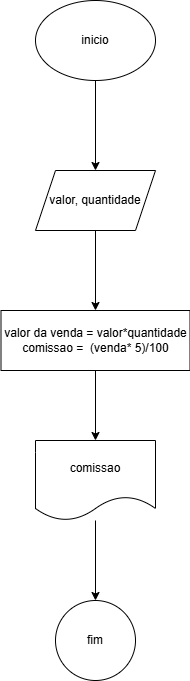
Before: VariaveisEOperadoresAritimeticos/comissao.drawio.png, a diagram exported from draw.io (VitorMedeirosdaSilva/PA_python). Source tidied: cells renumbered, new cells last; positions are measured from the earlier drawing's top-left corner, leaving out a move shared by most shapes.
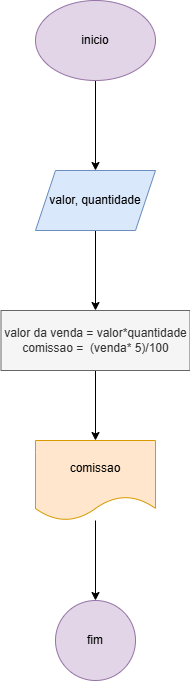
After the change.

What changed in the source:
```diff
@@ -5,28 +5,28 @@
     <mxCell id="2" style="edgeStyle=orthogonalEdgeStyle;rounded=0;jettySize=auto;html=1;" parent="1" edge="1" source="3" target="5">
       <mxGeometry relative="1" as="geometry" />
     </mxCell>
-    <mxCell id="3" value="inicio" style="ellipse;whiteSpace=wrap;html=1;" parent="1" vertex="1">
+    <mxCell id="3" value="inicio" style="ellipse;whiteSpace=wrap;html=1;fillColor=#e1d5e7;strokeColor=#9673a6;" parent="1" vertex="1">
       <mxGeometry x="34" width="120" height="80" as="geometry" />
     </mxCell>
     <mxCell id="4" style="edgeStyle=orthogonalEdgeStyle;rounded=0;jettySize=auto;html=1;" parent="1" edge="1" source="5" target="7">
       <mxGeometry relative="1" as="geometry" />
     </mxCell>
-    <mxCell id="5" value="valor, quantidade" style="shape=parallelogram;perimeter=parallelogramPerimeter;whiteSpace=wrap;html=1;fixedSize=1;" parent="1" vertex="1">
+    <mxCell id="5" value="valor, quantidade" style="shape=parallelogram;perimeter=parallelogramPerimeter;whiteSpace=wrap;html=1;fixedSize=1;fillColor=#dae8fc;strokeColor=#6c8ebf;" parent="1" vertex="1">
       <mxGeometry x="34" y="170" width="120" height="60" as="geometry" />
     </mxCell>
     <mxCell id="6" style="edgeStyle=orthogonalEdgeStyle;rounded=0;jettySize=auto;html=1;" parent="1" edge="1" source="7" target="9">
       <mxGeometry relative="1" as="geometry" />
     </mxCell>
-    <mxCell id="7" value="valor da venda = valor*quantidade&lt;div&gt;comissao =&amp;nbsp; (venda* 5)/100&lt;/div&gt;" style="whiteSpace=wrap;html=1;" parent="1" vertex="1">
+    <mxCell id="7" value="valor da venda = valor*quantidade&lt;div&gt;comissao =&amp;nbsp; (venda* 5)/100&lt;/div&gt;" style="whiteSpace=wrap;html=1;fillColor=#f5f5f5;fontColor=#333333;strokeColor=#666666;" parent="1" vertex="1">
       <mxGeometry x="-0.5" y="310" width="189" height="60" as="geometry" />
     </mxCell>
     <mxCell id="8" style="edgeStyle=orthogonalEdgeStyle;rounded=0;jettySize=auto;html=1;" parent="1" edge="1" source="9" target="10">
       <mxGeometry relative="1" as="geometry" />
     </mxCell>
-    <mxCell id="9" value="comissao" style="shape=document;whiteSpace=wrap;html=1;boundedLbl=1;" parent="1" vertex="1">
+    <mxCell id="9" value="comissao" style="shape=document;whiteSpace=wrap;html=1;boundedLbl=1;fillColor=#ffe6cc;strokeColor=#d79b00;" parent="1" vertex="1">
       <mxGeometry x="34" y="440" width="120" height="80" as="geometry" />
     </mxCell>
-    <mxCell id="10" value="fim" style="ellipse;whiteSpace=wrap;html=1;" parent="1" vertex="1">
+    <mxCell id="10" value="fim" style="ellipse;whiteSpace=wrap;html=1;fillColor=#e1d5e7;strokeColor=#9673a6;" parent="1" vertex="1">
       <mxGeometry x="54" y="600" width="80" height="80" as="geometry" />
     </mxCell>
   </root>
```
